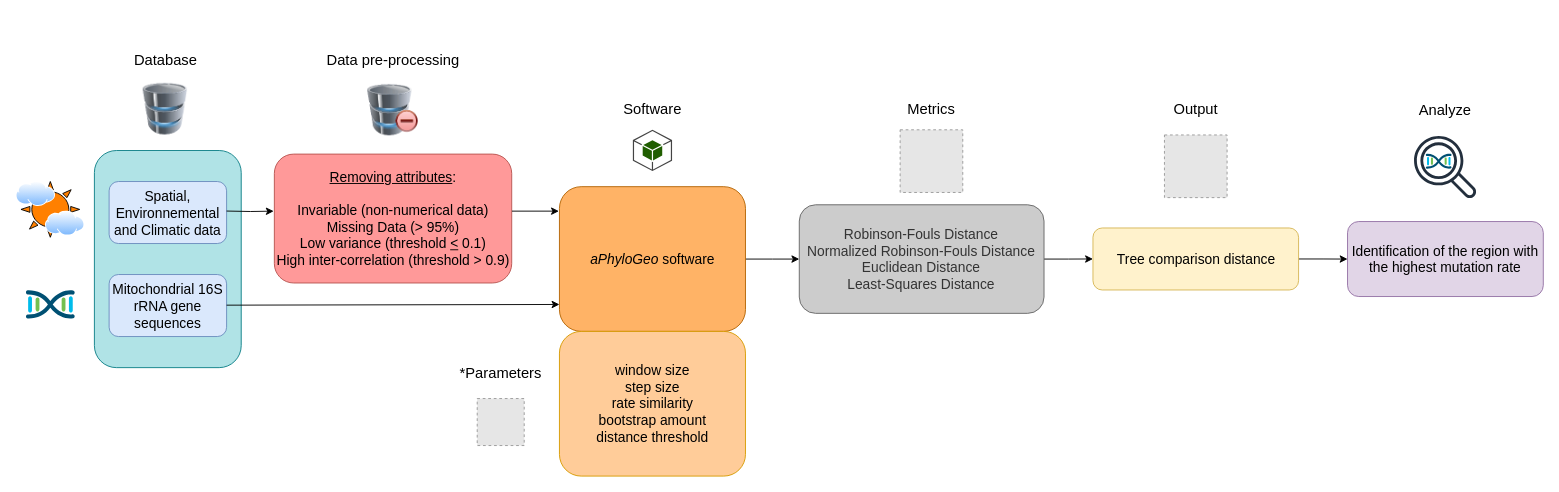
This is papers/Gagnon_Kebe_Tahiri/diagram.drawio from scipy-conference/scipy_proceedings, a draw.io file, before an edit. Source tidied: cells renumbered, new cells numbered last; positions are measured from the earlier drawing's top-left corner, leaving out a move shared by most shapes. Both pictures are drawn from the tidied source at 92%, with x=0, y=0 at pixel (16, 16). Pictures stored in the file or linked from it are replaced by grey dashed boxes.
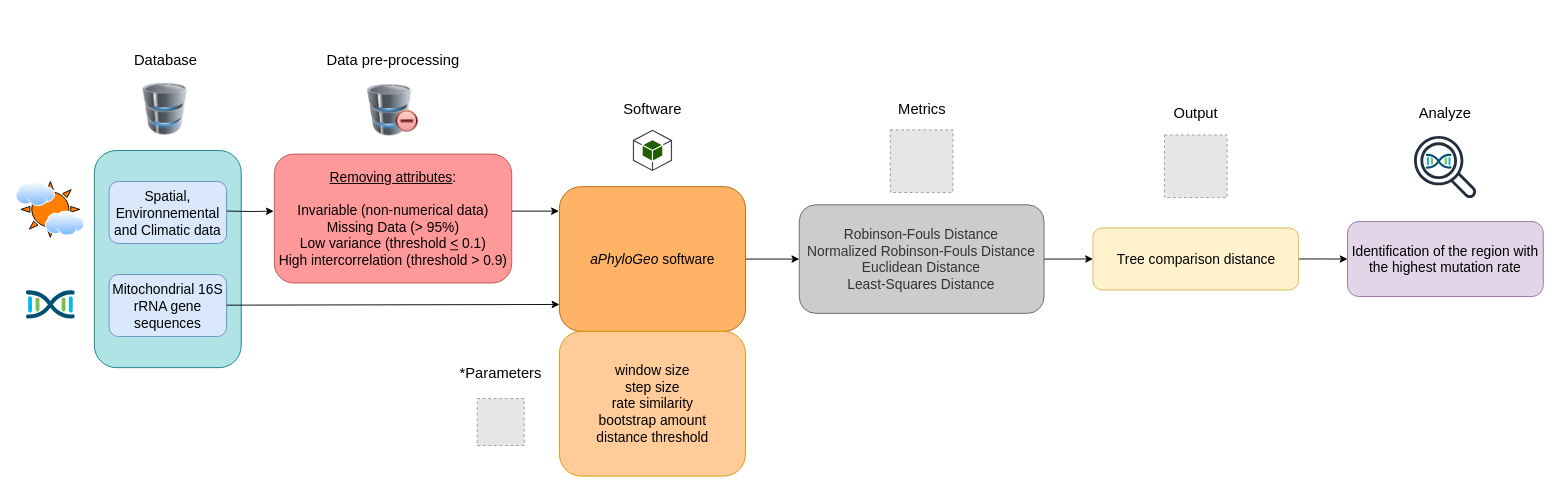
The same page after the edit.

Commit message:
Mettre à jour diagram.drawio

The change refers to these unchanged cells:
```xml
<mxCell id="2" style="group;" parent="1" vertex="1">
  <mxGeometry width="1660" height="500" as="geometry" />
</mxCell>
```

Change to the diagram source:
```diff
@@
-    <mxCell id="6" value="&lt;div style=&quot;font-size: 15px;&quot;&gt;&lt;span style=&quot;background-color: initial;&quot;&gt;&lt;font style=&quot;font-size: 15px;&quot;&gt;&lt;u style=&quot;&quot;&gt;Removing attributes&lt;/u&gt;:&lt;/font&gt;&lt;/span&gt;&lt;/div&gt;&lt;div style=&quot;font-size: 15px;&quot;&gt;&lt;span style=&quot;background-color: initial;&quot;&gt;&lt;font style=&quot;font-size: 15px;&quot;&gt;&lt;br&gt;&lt;/font&gt;&lt;/span&gt;&lt;/div&gt;&lt;div style=&quot;font-size: 15px;&quot;&gt;&lt;font style=&quot;font-size: 15px;&quot;&gt;&lt;span style=&quot;background-color: initial;&quot;&gt;Invariable (non-numerical data)&lt;/span&gt;&lt;br&gt;&lt;span style=&quot;background-color: initial;&quot;&gt;Missing Data (&amp;gt; 95%)&lt;/span&gt;&lt;br&gt;&lt;span style=&quot;background-color: initial;&quot;&gt;Low variance (threshold&amp;nbsp;&lt;/span&gt;&lt;u style=&quot;background-color: initial;&quot;&gt;&amp;lt;&lt;/u&gt;&lt;span style=&quot;background-color: initial;&quot;&gt; 0.1)&lt;/span&gt;&lt;br&gt;&lt;/font&gt;&lt;/div&gt;&lt;div style=&quot;font-size: 15px;&quot;&gt;&lt;span style=&quot;background-color: initial;&quot;&gt;&lt;font style=&quot;font-size: 15px;&quot;&gt;&lt;font style=&quot;font-size: 15px;&quot;&gt;High inter-correlation (threshold &amp;gt; 0.9&lt;/font&gt;&lt;font style=&quot;font-size: 15px;&quot;&gt;)&lt;/font&gt;&lt;/font&gt;&lt;/span&gt;&lt;/div&gt;" style="rounded=1;whiteSpace=wrap;html=1;fillColor=#FF9999;strokeColor=#b85450;align=center;" parent="2" vertex="1">
+    <mxCell id="6" value="&lt;div style=&quot;font-size: 15px;&quot;&gt;&lt;span style=&quot;background-color: initial;&quot;&gt;&lt;font style=&quot;font-size: 15px;&quot;&gt;&lt;u style=&quot;&quot;&gt;Removing attributes&lt;/u&gt;:&lt;/font&gt;&lt;/span&gt;&lt;/div&gt;&lt;div style=&quot;font-size: 15px;&quot;&gt;&lt;span style=&quot;background-color: initial;&quot;&gt;&lt;font style=&quot;font-size: 15px;&quot;&gt;&lt;br&gt;&lt;/font&gt;&lt;/span&gt;&lt;/div&gt;&lt;div style=&quot;font-size: 15px;&quot;&gt;&lt;font style=&quot;font-size: 15px;&quot;&gt;&lt;span style=&quot;background-color: initial;&quot;&gt;Invariable (non-numerical data)&lt;/span&gt;&lt;br&gt;&lt;span style=&quot;background-color: initial;&quot;&gt;Missing Data (&amp;gt; 95%)&lt;/span&gt;&lt;br&gt;&lt;span style=&quot;background-color: initial;&quot;&gt;Low variance (threshold&amp;nbsp;&lt;/span&gt;&lt;u style=&quot;background-color: initial;&quot;&gt;&amp;lt;&lt;/u&gt;&lt;span style=&quot;background-color: initial;&quot;&gt; 0.1)&lt;/span&gt;&lt;br&gt;&lt;/font&gt;&lt;/div&gt;&lt;div style=&quot;font-size: 15px;&quot;&gt;&lt;span style=&quot;background-color: initial;&quot;&gt;&lt;font style=&quot;font-size: 15px;&quot;&gt;&lt;font style=&quot;font-size: 15px;&quot;&gt;High intercorrelation (threshold &amp;gt; 0.9&lt;/font&gt;&lt;font style=&quot;font-size: 15px;&quot;&gt;)&lt;/font&gt;&lt;/font&gt;&lt;/span&gt;&lt;/div&gt;" style="rounded=1;whiteSpace=wrap;html=1;fillColor=#FF9999;strokeColor=#b85450;align=center;" parent="2" vertex="1">
       <mxGeometry x="280.7" y="150" width="258" height="140.1" as="geometry" />
     </mxCell>
@@
     <mxCell id="15" value="Output" style="text;html=1;align=center;verticalAlign=middle;whiteSpace=wrap;rounded=0;fontSize=16;" parent="2" vertex="1">
-      <mxGeometry x="1251.7" y="73" width="61.2" height="56.2" as="geometry" />
+      <mxGeometry x="1251.7" y="76.4" width="61.2" height="56.2" as="geometry" />
     </mxCell>
@@
     <mxCell id="25" style="fillColor=#E6E6E6;strokeColor=#999999;dashed=1;html=1;verticalAlign=top;verticalLabelPosition=bottom;labelBackgroundColor=#ffffff;" parent="2" vertex="1">
-      <mxGeometry x="960.9" y="123.6" width="68.1" height="68.1" as="geometry" />
+      <mxGeometry x="950.2" y="123.6" width="68.1" height="68.1" as="geometry" />
     </mxCell>
@@
     <mxCell id="30" value="Metrics" style="text;html=1;align=center;verticalAlign=middle;whiteSpace=wrap;rounded=0;fontSize=16;" parent="2" vertex="1">
-      <mxGeometry x="915.1" y="73" width="159.6" height="56.2" as="geometry" />
+      <mxGeometry x="904.5" y="73" width="159.6" height="56.2" as="geometry" />
     </mxCell>
     <mxCell id="31" value="Analyze" style="text;html=1;align=center;verticalAlign=middle;whiteSpace=wrap;rounded=0;fontSize=16;" parent="2" vertex="1">
-      <mxGeometry x="1523" y="74" width="61.2" height="56.2" as="geometry" />
+      <mxGeometry x="1523" y="76.4" width="61.2" height="56.2" as="geometry" />
     </mxCell>
```
